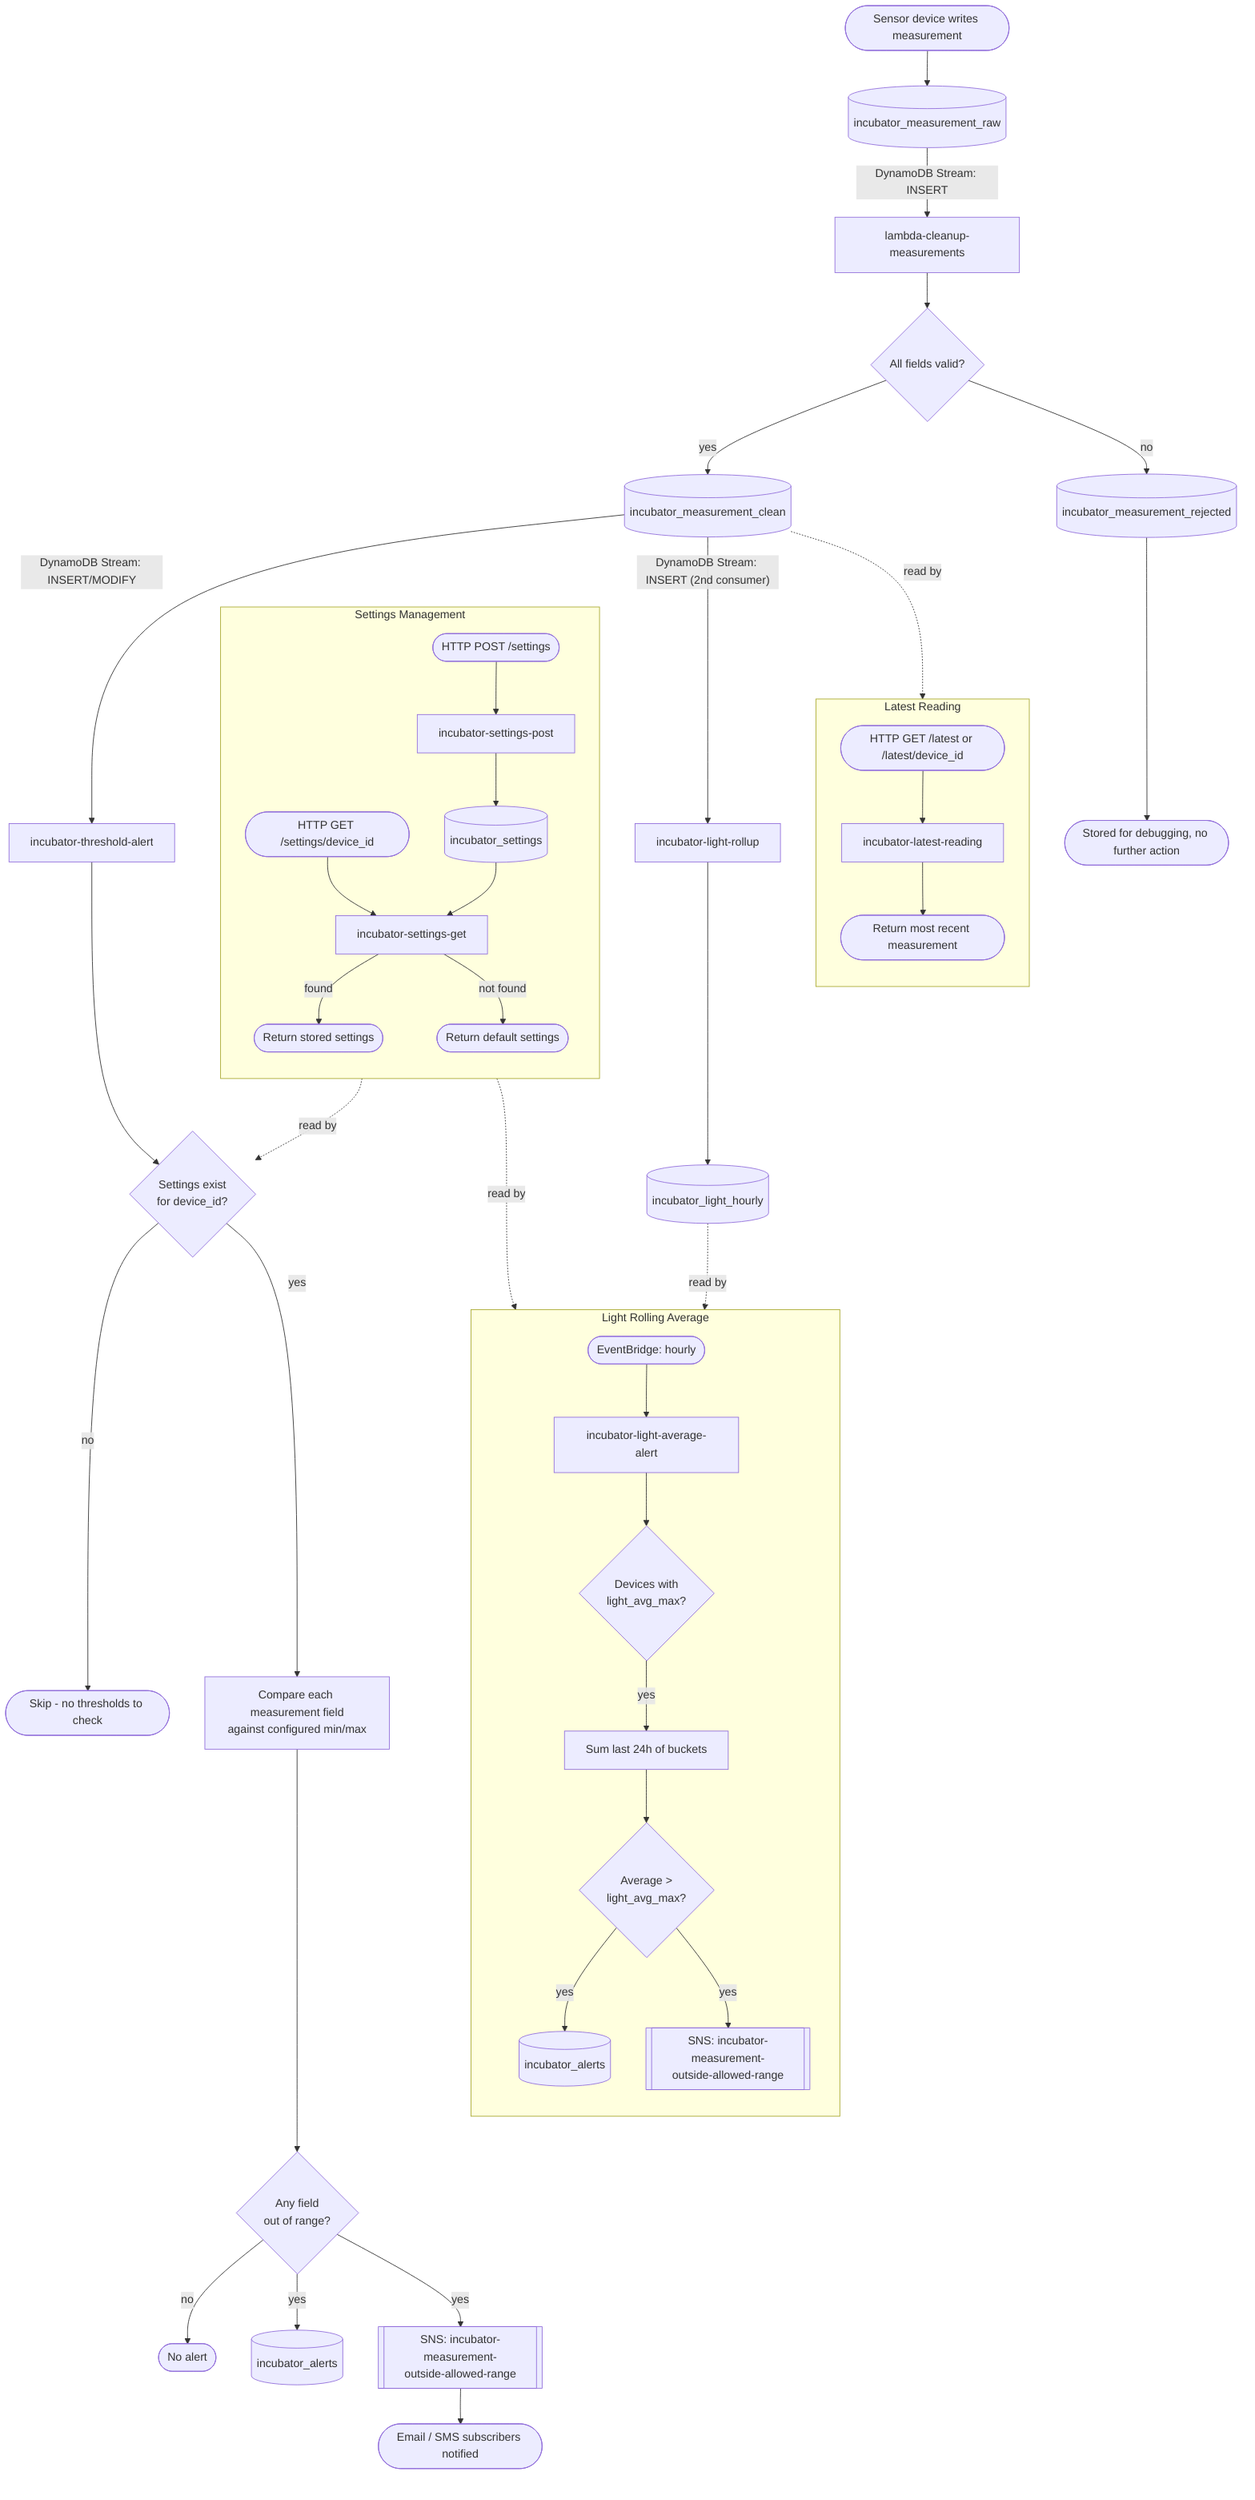
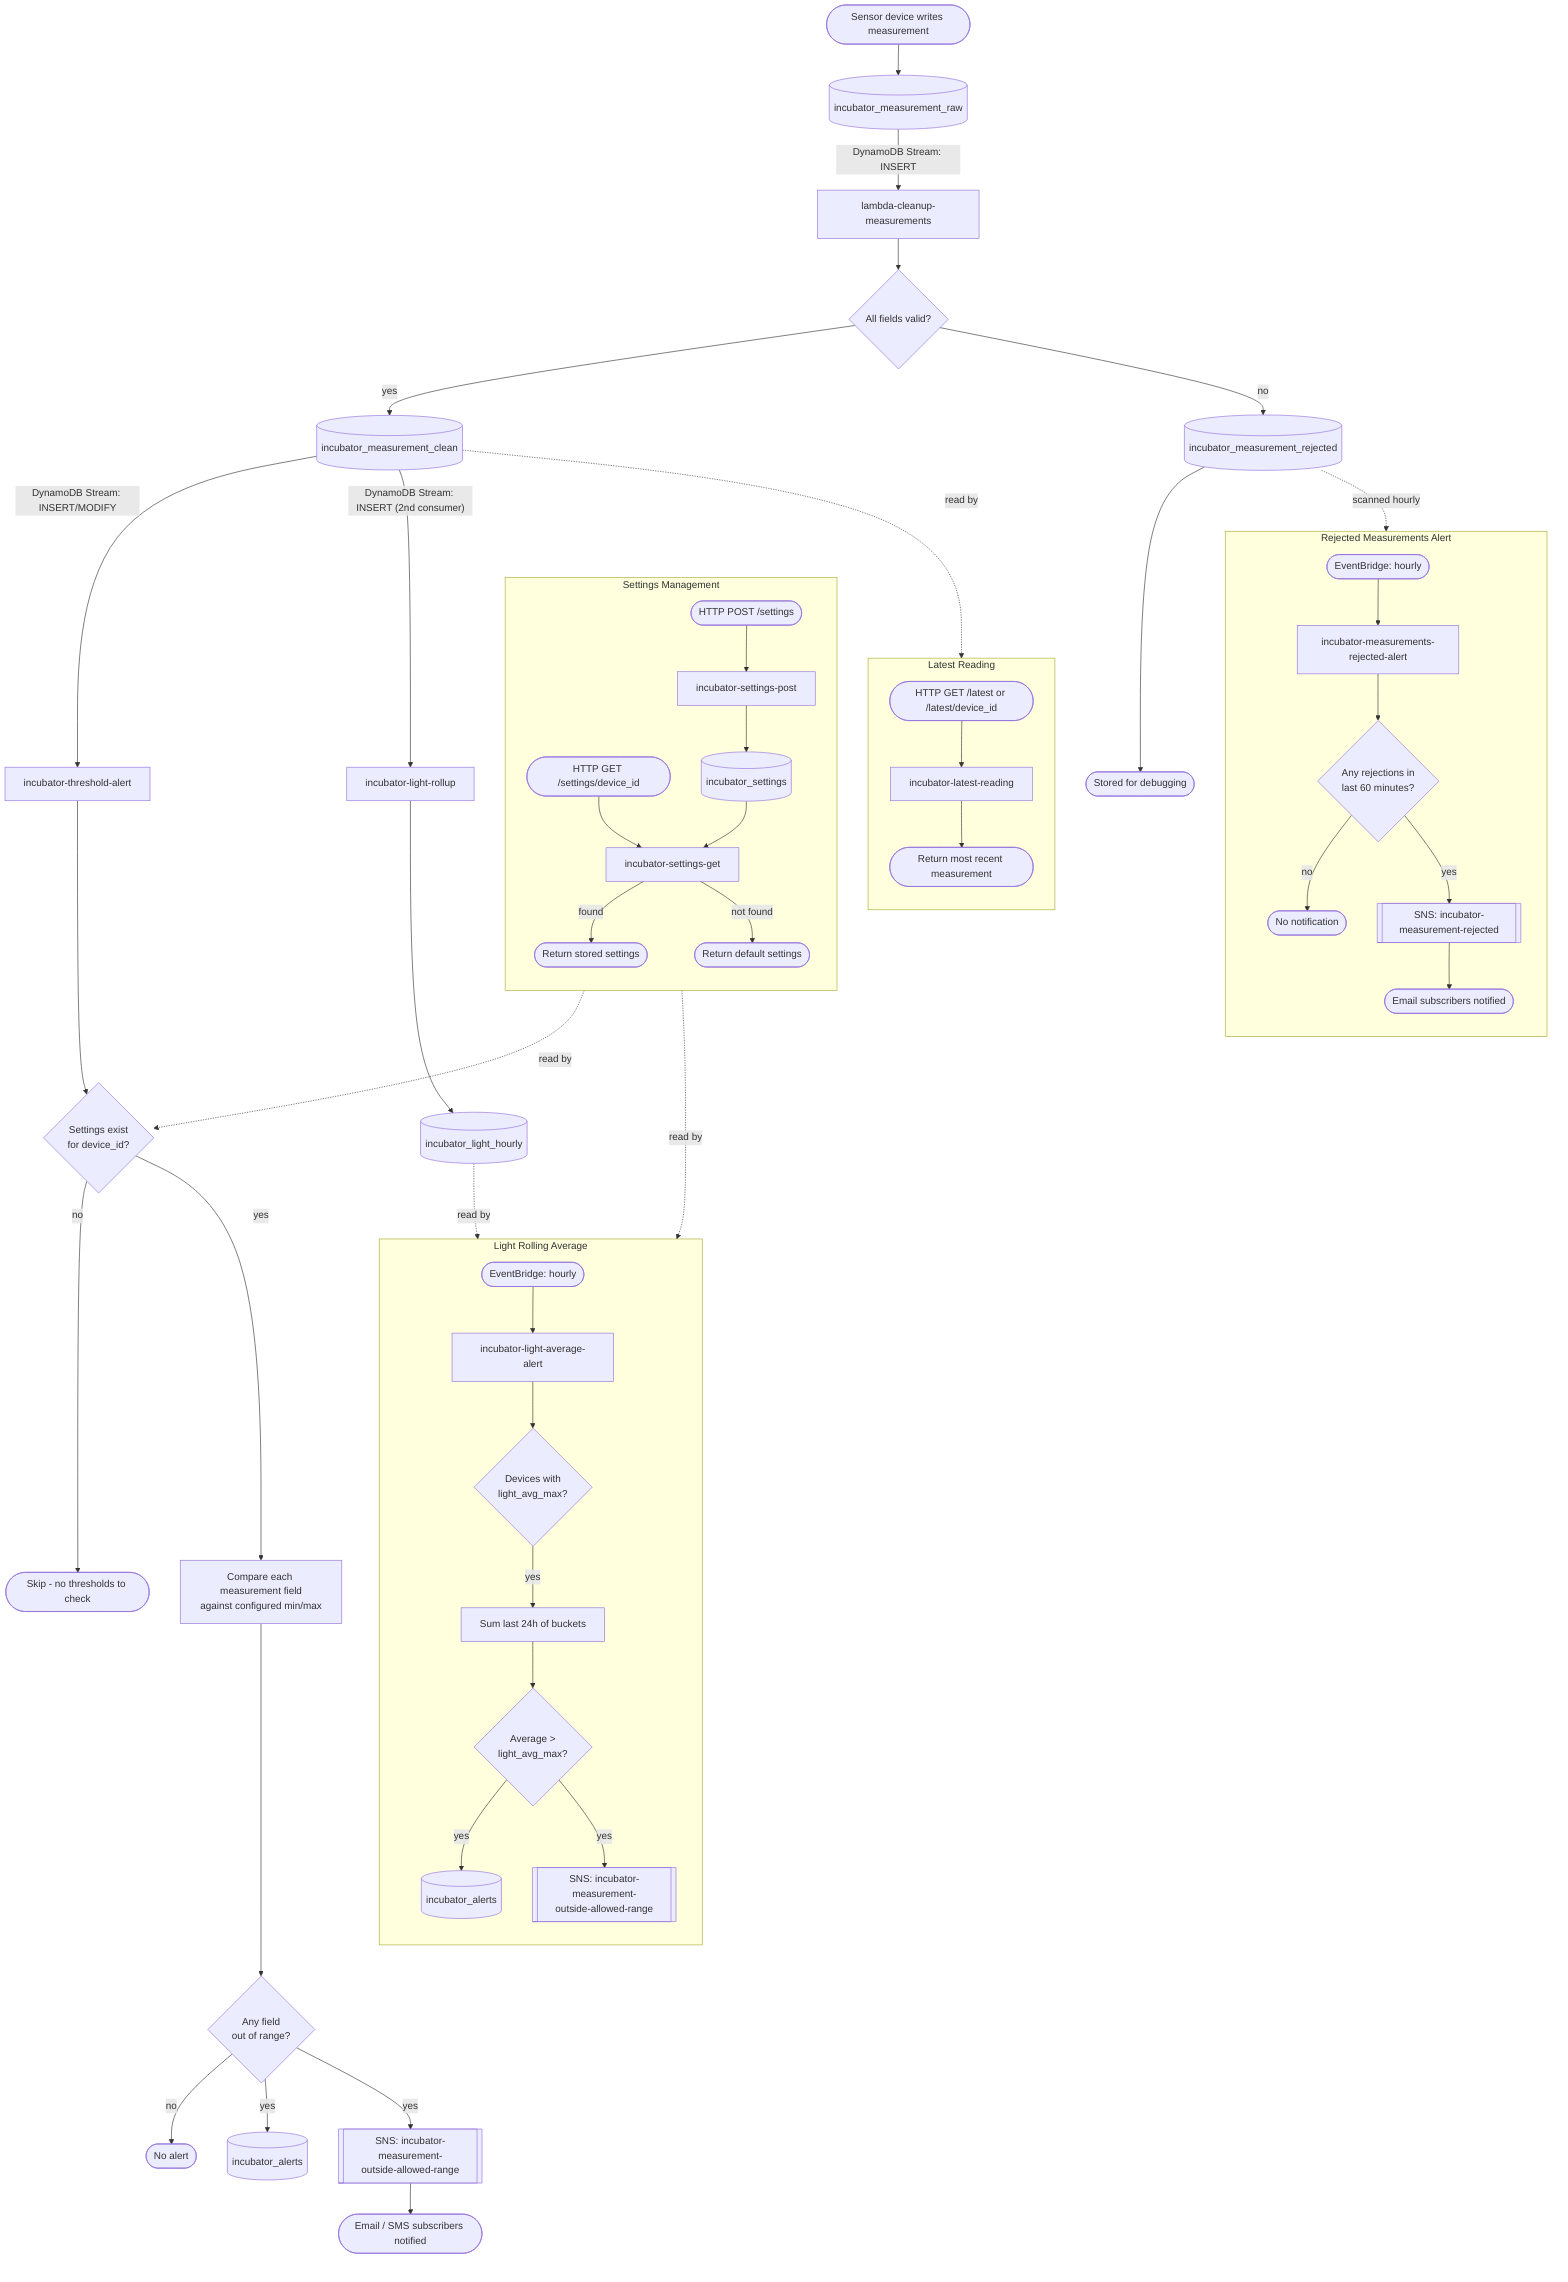
flowchart TD
    Start([Sensor device writes measurement]) --> RawTable[(incubator_measurement_raw)]
    RawTable -- DynamoDB Stream: INSERT --> Cleanup[lambda-cleanup-measurements]

    Cleanup --> Validate{All fields valid?}
    Validate -- yes --> CleanTable[(incubator_measurement_clean)]
    Validate -- no --> RejectedTable[(incubator_measurement_rejected)]

-     RejectedTable --> EndRejected([Stored for debugging, no further action])
+     RejectedTable --> EndRejected([Stored for debugging])
+     RejectedTable -. scanned hourly .-> HasRecentRejections

    CleanTable -- DynamoDB Stream: INSERT/MODIFY --> AlertLambda[incubator-threshold-alert]

    AlertLambda --> HasSettings{Settings exist\nfor device_id?}
    HasSettings -- no --> EndNoSettings([Skip - no thresholds to check])
    HasSettings -- yes --> CheckThresholds[Compare each measurement field\nagainst configured min/max]

    CheckThresholds --> AnyViolation{Any field\nout of range?}
    AnyViolation -- no --> EndOk([No alert])
    AnyViolation -- yes --> WriteAlert[(incubator_alerts)]
    AnyViolation -- yes --> PublishSns[[SNS: incubator-measurement-\noutside-allowed-range]]

    PublishSns --> Subscribers([Email / SMS subscribers notified])

    subgraph Settings Management
        direction TB
        PostReq([HTTP POST /settings]) --> PostLambda[incubator-settings-post]
        PostLambda --> SettingsTable[(incubator_settings)]
        GetReq([HTTP GET /settings/device_id]) --> GetLambda[incubator-settings-get]
        SettingsTable --> GetLambda
        GetLambda -- found --> GetResponse([Return stored settings])
        GetLambda -- not found --> DefaultResponse([Return default settings])
    end

    SettingsTable -. read by .-> HasSettings

    subgraph Latest Reading
        direction TB
        LatestReq([HTTP GET /latest or /latest/device_id]) --> LatestLambda[incubator-latest-reading]
        LatestLambda --> LatestResponse([Return most recent measurement])
    end

    CleanTable -. read by .-> LatestLambda

    CleanTable -- DynamoDB Stream: INSERT (2nd consumer) --> RollupLambda[incubator-light-rollup]
    RollupLambda --> HourlyTable[(incubator_light_hourly)]

    subgraph Light Rolling Average
        direction TB
        Schedule([EventBridge: hourly]) --> AvgLambda[incubator-light-average-alert]
        AvgLambda --> HasLightSettings{Devices with\nlight_avg_max?}
        HasLightSettings -- yes --> QueryHourly[Sum last 24h of buckets]
        QueryHourly --> AvgViolation{Average >\nlight_avg_max?}
        AvgViolation -- yes --> WriteAvgAlert[(incubator_alerts)]
        AvgViolation -- yes --> PublishAvgSns[[SNS: incubator-measurement-\noutside-allowed-range]]
    end

    HourlyTable -. read by .-> QueryHourly
    SettingsTable -. read by .-> HasLightSettings
+ 
+     subgraph Rejected Measurements Alert
+         direction TB
+         RejectSchedule([EventBridge: hourly]) --> RejectAlertLambda[incubator-measurements-rejected-alert]
+         RejectAlertLambda --> HasRecentRejections{Any rejections in\nlast 60 minutes?}
+         HasRecentRejections -- no --> EndNoRejections([No notification])
+         HasRecentRejections -- yes --> PublishRejectSns[[SNS: incubator-measurement-rejected]]
+         PublishRejectSns --> RejectSubscribers([Email subscribers notified])
+     end
